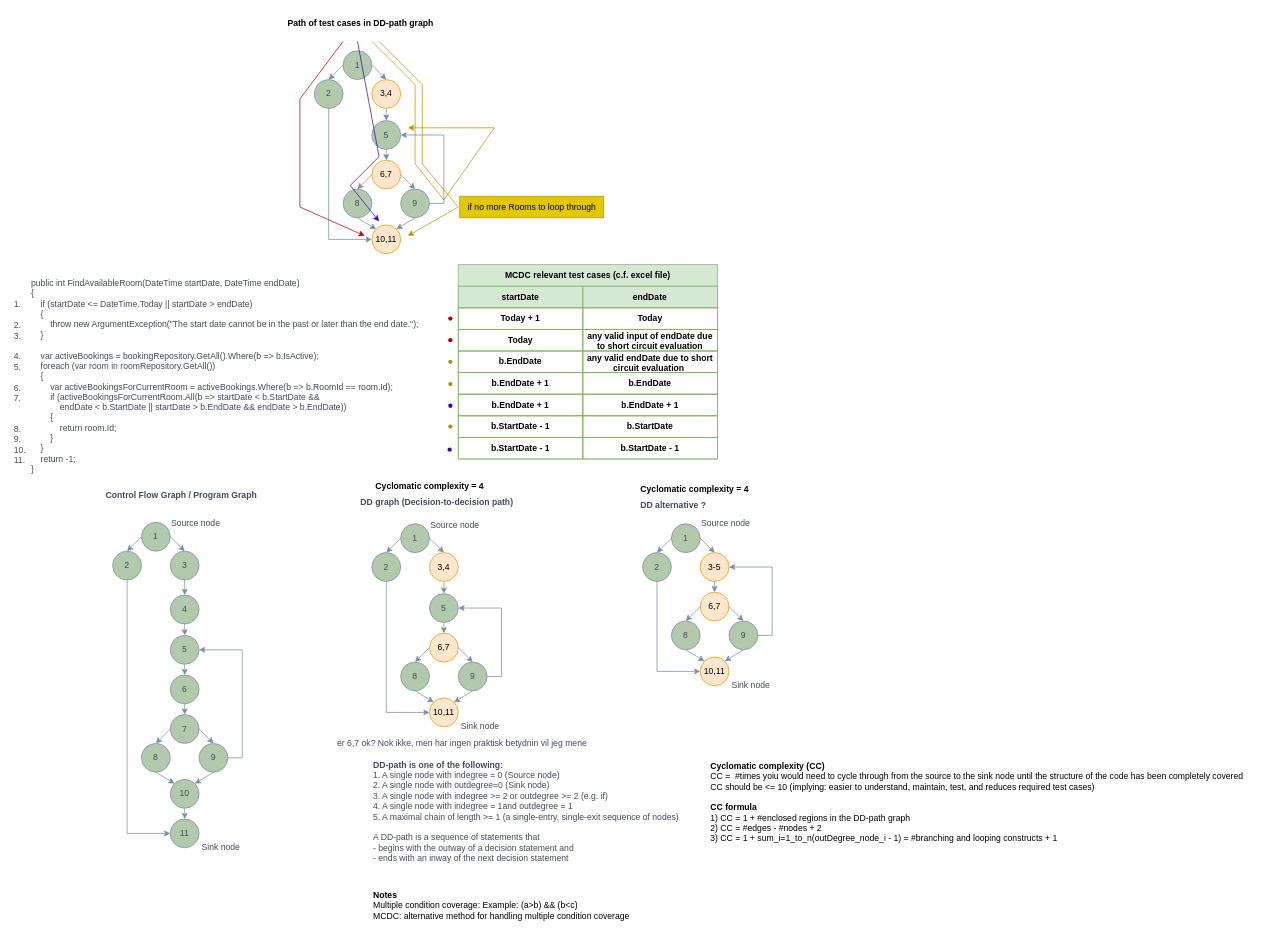
This is page "FindAvailableRoom_v2" (2 of 3) of Unavngivet diagram.drawio from leaand01/WhiteBoxTesting_temp, a draw.io file, before an edit. Source tidied: cells renumbered, new cells numbered last; positions are measured from the earlier drawing's top-left corner, leaving out a move shared by most shapes. Both pictures are drawn from the tidied source at 72%, with x=0, y=0 at pixel (12, 12).
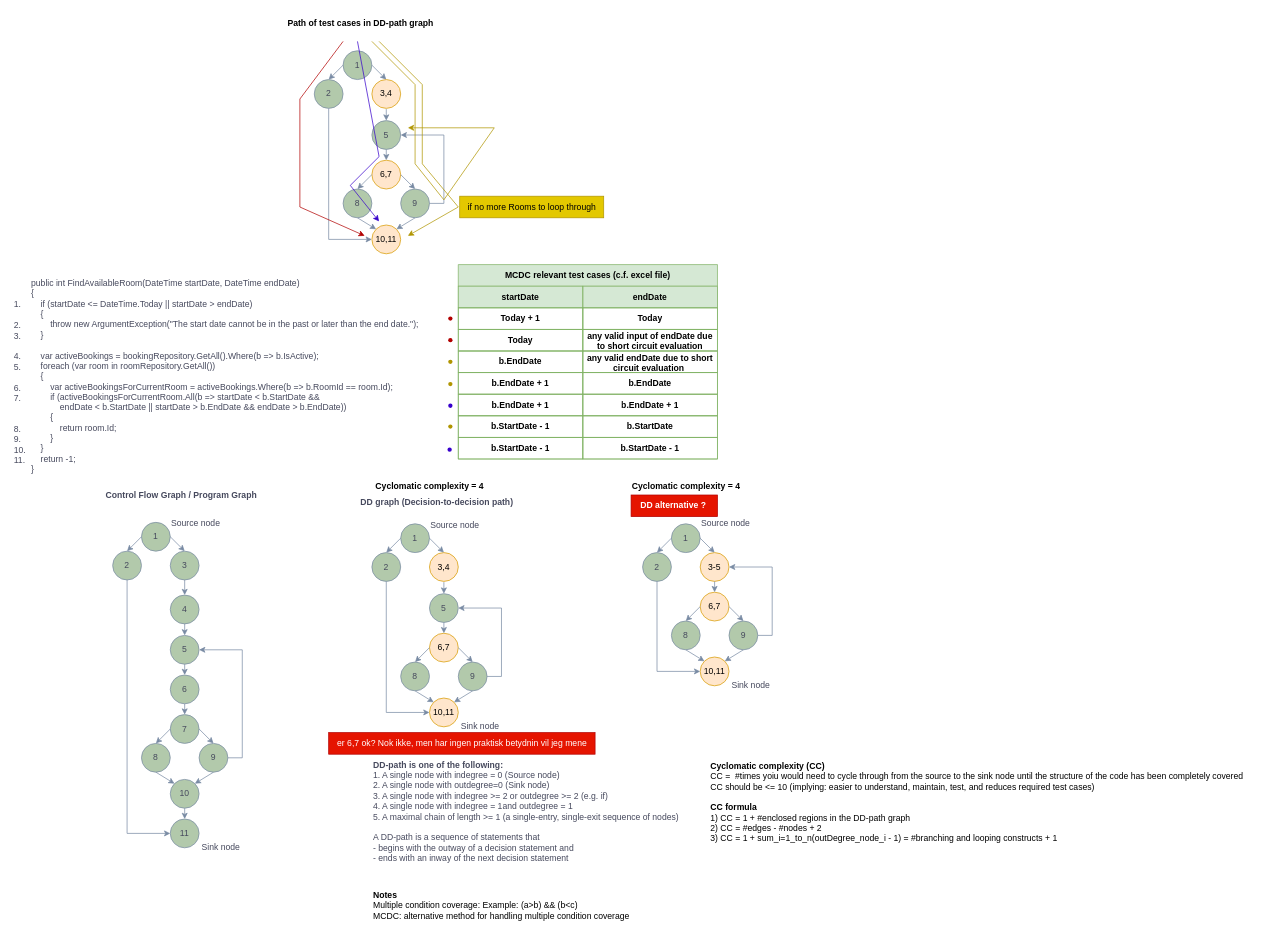
The same page after the edit.

What changed in the source:
```diff
@@
-    <mxCell id="6" value="er 6,7 ok? Nok ikke, men har ingen praktisk betydnin vil jeg mene" style="text;html=1;align=center;verticalAlign=middle;strokeColor=none;fillColor=none;labelBackgroundColor=none;fontColor=#46495D;" parent="1" vertex="1">
+    <mxCell id="6" value="er 6,7 ok? Nok ikke, men har ingen praktisk betydnin vil jeg mene" style="text;html=1;align=center;verticalAlign=middle;strokeColor=#B20000;fillColor=#e51400;labelBackgroundColor=none;fontColor=#ffffff;" parent="1" vertex="1">
       <mxGeometry x="439" y="1000" width="370" height="30" as="geometry" />
     </mxCell>
@@
-    <mxCell id="8" value="&lt;b&gt;DD alternative ?&amp;nbsp;&lt;/b&gt;" style="text;html=1;align=center;verticalAlign=middle;strokeColor=none;fillColor=none;labelBackgroundColor=none;fontColor=#46495D;" parent="1" vertex="1">
+    <mxCell id="8" value="&lt;b&gt;DD alternative ?&amp;nbsp;&lt;/b&gt;" style="text;html=1;align=center;verticalAlign=middle;strokeColor=#B20000;fillColor=#e51400;labelBackgroundColor=none;fontColor=#ffffff;" parent="1" vertex="1">
       <mxGeometry x="859" y="670" width="120" height="30" as="geometry" />
     </mxCell>
@@
     <mxCell id="11" value="&lt;b&gt;Cyclomatic complexity = 4&lt;/b&gt;&lt;div&gt;&lt;br&gt;&lt;/div&gt;" style="text;html=1;align=center;verticalAlign=middle;strokeColor=none;fillColor=none;" parent="1" vertex="1">
-      <mxGeometry x="862" y="650" width="170" height="40" as="geometry" />
+      <mxGeometry x="850" y="645" width="170" height="40" as="geometry" />
     </mxCell>
```
